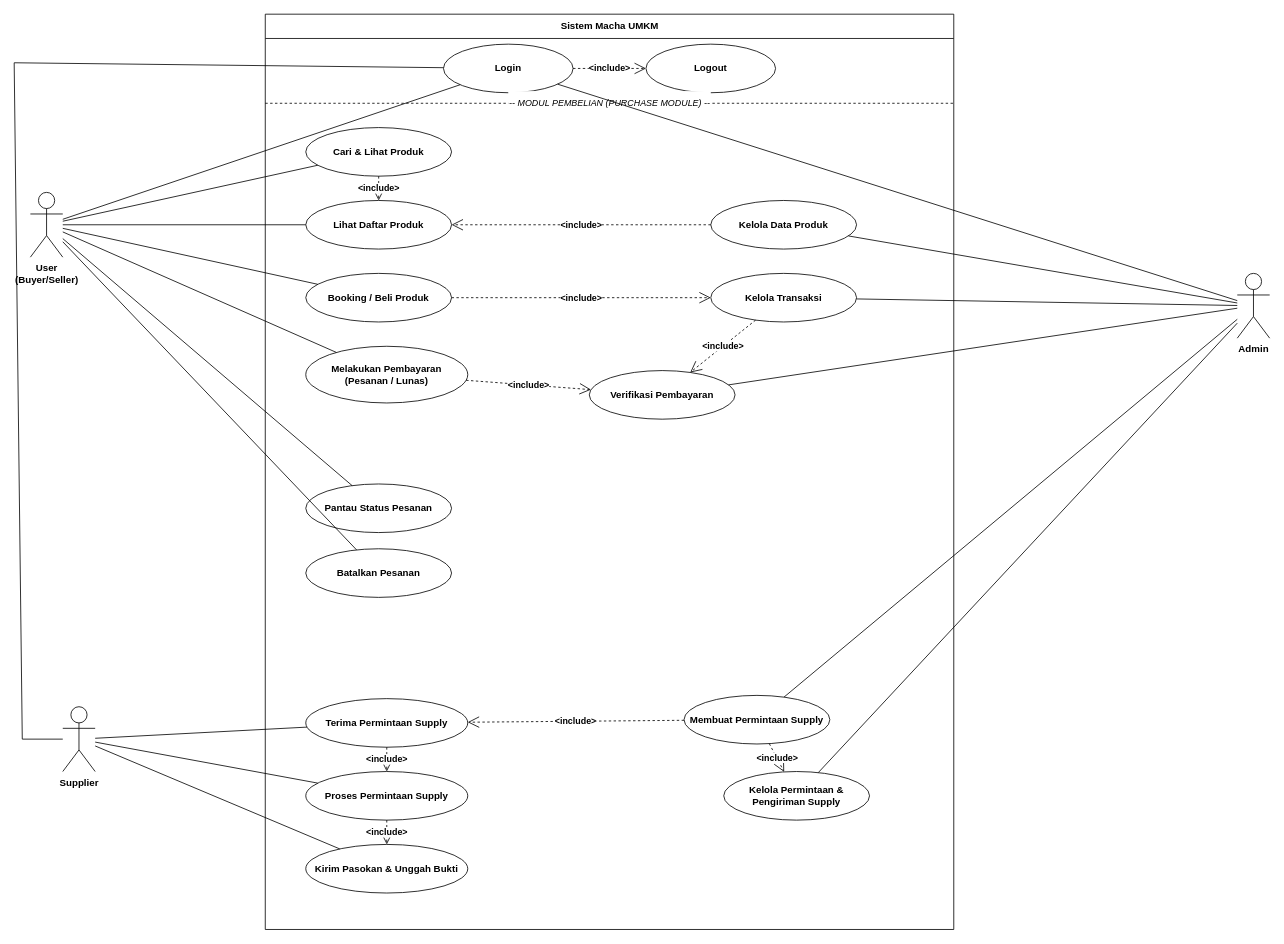
Above: page "Use Case Diagram Macha UMKM" (2 of 18) of diagram-macha/Macha_Diagrams.drawio in FikriBintangx/Macha (draw.io), before the change. Source tidied: cells renumbered, new cells numbered last; positions are measured from the earlier drawing's top-left corner, leaving out a move shared by most shapes. Both pictures are drawn from the tidied source at 81%, with x=0, y=0 at pixel (14, 14).
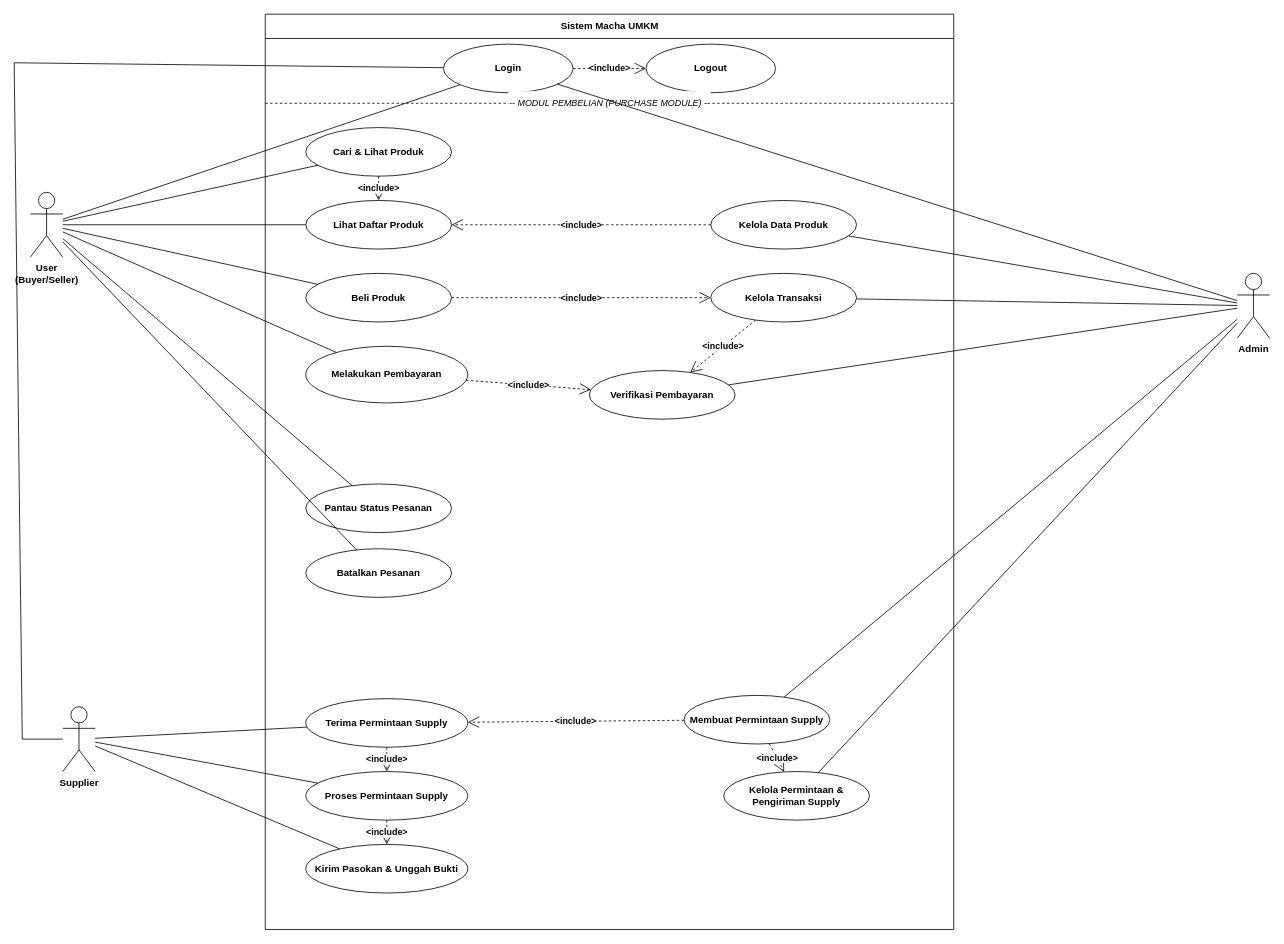
The same page after the edit.

Unchanged cells that the change refers to:
```xml
<mxCell id="2" value="Sistem Macha UMKM" style="swimlane;startSize=30;html=1;rounded=0;strokeColor=light-dark(#000000, #ffffff);fillColor=light-dark(#ffffff, #121212);fontColor=light-dark(#000000, #ffffff);align=center;fontStyle=1;" parent="1" vertex="1">
  <mxGeometry x="310" width="850" height="1130" as="geometry" />
</mxCell>
```

Change to the diagram source:
```diff
@@
-    <mxCell id="9" value="Booking / Beli Produk" style="ellipse;whiteSpace=wrap;html=1;strokeColor=light-dark(#000000, #ffffff);fillColor=light-dark(#ffffff, #121212);fontColor=light-dark(#000000, #ffffff);fontStyle=1;" parent="2" vertex="1">
+    <mxCell id="9" value="Beli Produk" style="ellipse;whiteSpace=wrap;html=1;strokeColor=light-dark(#000000, #ffffff);fillColor=light-dark(#ffffff, #121212);fontColor=light-dark(#000000, #ffffff);fontStyle=1;" parent="2" vertex="1">
       <mxGeometry x="50" y="320" width="180" height="60" as="geometry" />
     </mxCell>
-    <mxCell id="10" value="Melakukan Pembayaran&#10;(Pesanan / Lunas)" style="ellipse;whiteSpace=wrap;html=1;strokeColor=light-dark(#000000, #ffffff);fillColor=light-dark(#ffffff, #121212);fontColor=light-dark(#000000, #ffffff);fontStyle=1;" parent="2" vertex="1">
+    <mxCell id="10" value="Melakukan Pembayaran" style="ellipse;whiteSpace=wrap;html=1;strokeColor=light-dark(#000000, #ffffff);fillColor=light-dark(#ffffff, #121212);fontColor=light-dark(#000000, #ffffff);fontStyle=1;" parent="2" vertex="1">
       <mxGeometry x="50" y="410" width="200" height="70" as="geometry" />
     </mxCell>
```
